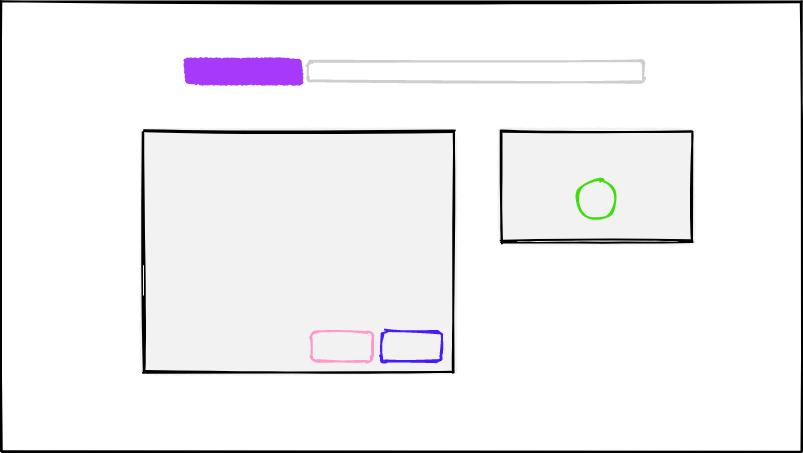
The draw.io diagram src/landingPage/assets/images/verify.png in TeSC-app/TeSC-Frontend-New, before a commit. Source tidied: cells renumbered, new cells last; positions are measured from the earlier drawing's top-left corner, leaving out a move shared by most shapes. Source of this version:
```xml
<mxGraphModel>
  <root>
    <mxCell id="0" />
    <mxCell id="1" parent="0" />
    <mxCell id="2" style="endArrow=none;html=1;sketch=1;strokeWidth=2;" parent="1" edge="1">
      <mxGeometry relative="1" as="geometry">
        <mxPoint as="sourcePoint" />
        <mxPoint x="800" as="targetPoint" />
      </mxGeometry>
    </mxCell>
    <mxCell id="3" style="endArrow=none;html=1;sketch=1;strokeWidth=2;" parent="1" edge="1">
      <mxGeometry relative="1" as="geometry">
        <mxPoint as="sourcePoint" />
        <mxPoint y="450" as="targetPoint" />
      </mxGeometry>
    </mxCell>
    <mxCell id="4" style="endArrow=none;html=1;sketch=1;strokeWidth=2;" parent="1" edge="1">
      <mxGeometry relative="1" as="geometry">
        <mxPoint y="450" as="sourcePoint" />
        <mxPoint x="800" y="450" as="targetPoint" />
      </mxGeometry>
    </mxCell>
    <mxCell id="5" style="endArrow=none;html=1;sketch=1;strokeWidth=2;" parent="1" edge="1">
      <mxGeometry relative="1" as="geometry">
        <mxPoint x="800" as="sourcePoint" />
        <mxPoint x="800" y="450" as="targetPoint" />
      </mxGeometry>
    </mxCell>
    <mxCell id="6" style="whiteSpace=wrap;html=1;strokeWidth=2;fillWeight=4;hachureGap=0;hachureAngle=45;fillColor=#F2F2F2;sketch=1;rotation=-180;" parent="1" vertex="1">
      <mxGeometry x="142" y="130" width="310" height="240" as="geometry" />
    </mxCell>
    <mxCell id="7" style="rounded=1;whiteSpace=wrap;html=1;strokeWidth=2;fillWeight=4;hachureGap=0;hachureAngle=45;sketch=1;rotation=-180;strokeColor=#4719FD;fillColor=#F2F2F2;" parent="1" vertex="1">
      <mxGeometry x="380" y="330" width="60" height="30" as="geometry" />
    </mxCell>
    <mxCell id="8" style="rounded=1;whiteSpace=wrap;html=1;strokeWidth=2;fillWeight=4;hachureGap=0;hachureAngle=45;sketch=1;rotation=-180;strokeColor=#CECECE;" parent="1" vertex="1">
      <mxGeometry x="306" y="60" width="336" height="20" as="geometry" />
    </mxCell>
    <mxCell id="9" style="whiteSpace=wrap;html=1;strokeWidth=2;fillWeight=4;hachureGap=0;hachureAngle=45;fillColor=#A739FA;sketch=1;strokeColor=#A739FA;" parent="1" vertex="1">
      <mxGeometry x="186" y="60" width="112" height="20" as="geometry" />
    </mxCell>
    <mxCell id="10" style="whiteSpace=wrap;html=1;strokeWidth=2;fillWeight=4;hachureGap=0;hachureAngle=45;fillColor=#F2F2F2;sketch=1;rotation=-180;" parent="1" vertex="1">
      <mxGeometry x="500" y="130" width="190" height="110" as="geometry" />
    </mxCell>
    <mxCell id="11" style="verticalLabelPosition=bottom;verticalAlign=top;html=1;shape=mxgraph.flowchart.on-page_reference;sketch=1;strokeWidth=2;strokeColor=#3DDE0C;hachureGap=1;fillColor=#F2F2F2;" parent="1" vertex="1">
      <mxGeometry x="575" y="178" width="40" height="40" as="geometry" />
    </mxCell>
    <mxCell id="12" style="rounded=1;whiteSpace=wrap;html=1;strokeWidth=2;fillWeight=4;hachureGap=0;hachureAngle=45;sketch=1;rotation=-180;strokeColor=#FF99CC;fillColor=#F2F2F2;" parent="1" vertex="1">
      <mxGeometry x="310" y="330" width="60" height="30" as="geometry" />
    </mxCell>
  </root>
</mxGraphModel>
```
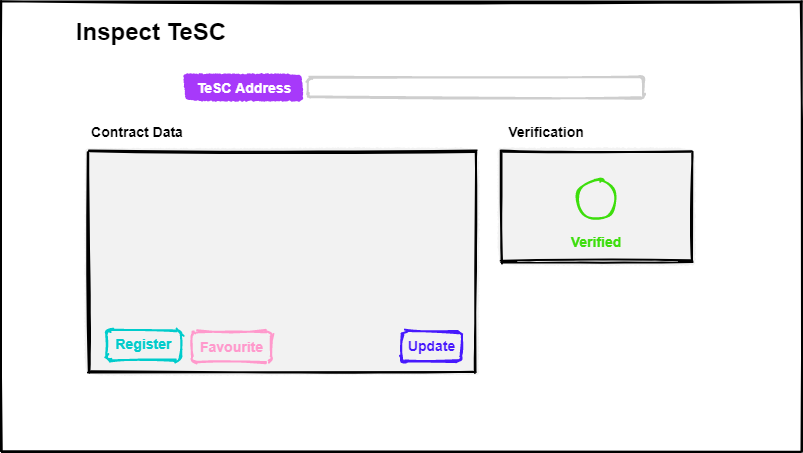
After the commit.

The edit, as a diff of the source:
```diff
@@ -27,25 +27,52 @@
       </mxGeometry>
     </mxCell>
     <mxCell id="6" style="whiteSpace=wrap;html=1;strokeWidth=2;fillWeight=4;hachureGap=0;hachureAngle=45;fillColor=#F2F2F2;sketch=1;rotation=-180;" parent="1" vertex="1">
-      <mxGeometry x="142" y="130" width="310" height="240" as="geometry" />
+      <mxGeometry x="87" y="150" width="387" height="220" as="geometry" />
     </mxCell>
     <mxCell id="7" style="rounded=1;whiteSpace=wrap;html=1;strokeWidth=2;fillWeight=4;hachureGap=0;hachureAngle=45;sketch=1;rotation=-180;strokeColor=#4719FD;fillColor=#F2F2F2;" parent="1" vertex="1">
-      <mxGeometry x="380" y="330" width="60" height="30" as="geometry" />
+      <mxGeometry x="400" y="330" width="60" height="30" as="geometry" />
     </mxCell>
     <mxCell id="8" style="rounded=1;whiteSpace=wrap;html=1;strokeWidth=2;fillWeight=4;hachureGap=0;hachureAngle=45;sketch=1;rotation=-180;strokeColor=#CECECE;" parent="1" vertex="1">
-      <mxGeometry x="306" y="60" width="336" height="20" as="geometry" />
+      <mxGeometry x="306" y="76" width="336" height="20" as="geometry" />
     </mxCell>
     <mxCell id="9" style="whiteSpace=wrap;html=1;strokeWidth=2;fillWeight=4;hachureGap=0;hachureAngle=45;fillColor=#A739FA;sketch=1;strokeColor=#A739FA;" parent="1" vertex="1">
-      <mxGeometry x="186" y="60" width="112" height="20" as="geometry" />
+      <mxGeometry x="186" y="76" width="112" height="20" as="geometry" />
     </mxCell>
     <mxCell id="10" style="whiteSpace=wrap;html=1;strokeWidth=2;fillWeight=4;hachureGap=0;hachureAngle=45;fillColor=#F2F2F2;sketch=1;rotation=-180;" parent="1" vertex="1">
-      <mxGeometry x="500" y="130" width="190" height="110" as="geometry" />
+      <mxGeometry x="500" y="150" width="190" height="110" as="geometry" />
     </mxCell>
     <mxCell id="11" style="verticalLabelPosition=bottom;verticalAlign=top;html=1;shape=mxgraph.flowchart.on-page_reference;sketch=1;strokeWidth=2;strokeColor=#3DDE0C;hachureGap=1;fillColor=#F2F2F2;" parent="1" vertex="1">
       <mxGeometry x="575" y="178" width="40" height="40" as="geometry" />
     </mxCell>
     <mxCell id="12" style="rounded=1;whiteSpace=wrap;html=1;strokeWidth=2;fillWeight=4;hachureGap=0;hachureAngle=45;sketch=1;rotation=-180;strokeColor=#FF99CC;fillColor=#F2F2F2;" parent="1" vertex="1">
-      <mxGeometry x="310" y="330" width="60" height="30" as="geometry" />
+      <mxGeometry x="190" y="330" width="80" height="30" as="geometry" />
     </mxCell>
+    <mxCell id="13" value="&lt;font style=&quot;font-size: 24px&quot;&gt;&lt;b&gt;Inspect TeSC&lt;/b&gt;&lt;/font&gt;" style="text;html=1;strokeColor=none;fillColor=none;align=center;verticalAlign=middle;whiteSpace=wrap;rounded=0;" parent="1" vertex="1">
+      <mxGeometry x="70" y="20" width="160" height="20" as="geometry" />
+    </mxCell>
+    <mxCell id="14" value="&lt;font style=&quot;font-size: 14px&quot; color=&quot;#ffffff&quot;&gt;&lt;b&gt;TeSC Address&lt;/b&gt;&lt;/font&gt;" style="text;html=1;strokeColor=none;fillColor=none;align=center;verticalAlign=middle;whiteSpace=wrap;rounded=0;" parent="1" vertex="1">
+      <mxGeometry x="193" y="76" width="100" height="20" as="geometry" />
+    </mxCell>
+    <mxCell id="15" value="&lt;font style=&quot;font-size: 14px&quot;&gt;&lt;b&gt;Contract Data&lt;/b&gt;&lt;/font&gt;" style="text;html=1;strokeColor=none;fillColor=none;align=center;verticalAlign=middle;whiteSpace=wrap;rounded=0;" parent="1" vertex="1">
+      <mxGeometry x="86" y="120" width="100" height="20" as="geometry" />
+    </mxCell>
+    <mxCell id="16" value="&lt;font style=&quot;font-size: 14px&quot;&gt;&lt;b&gt;Verification&lt;/b&gt;&lt;/font&gt;" style="text;html=1;strokeColor=none;fillColor=none;align=center;verticalAlign=middle;whiteSpace=wrap;rounded=0;" parent="1" vertex="1">
+      <mxGeometry x="500" y="120" width="90" height="20" as="geometry" />
+    </mxCell>
+    <mxCell id="17" value="&lt;font style=&quot;font-size: 14px&quot; color=&quot;#3dde0c&quot;&gt;&lt;b&gt;Verified&lt;/b&gt;&lt;/font&gt;" style="text;html=1;strokeColor=none;fillColor=none;align=center;verticalAlign=middle;whiteSpace=wrap;rounded=0;" parent="1" vertex="1">
+      <mxGeometry x="545" y="230" width="100" height="20" as="geometry" />
+    </mxCell>
+    <mxCell id="18" value="&lt;font style=&quot;font-size: 14px&quot; color=&quot;#4719fd&quot;&gt;&lt;b&gt;Update&lt;/b&gt;&lt;/font&gt;" style="text;html=1;strokeColor=none;fillColor=none;align=center;verticalAlign=middle;whiteSpace=wrap;rounded=0;" parent="1" vertex="1">
+      <mxGeometry x="398" y="334" width="65" height="20" as="geometry" />
+    </mxCell>
+    <mxCell id="19" style="rounded=1;whiteSpace=wrap;html=1;strokeWidth=2;fillWeight=4;hachureGap=0;hachureAngle=45;sketch=1;rotation=-180;strokeColor=#00CCCC;fillColor=#F2F2F2;" parent="1" vertex="1">
+      <mxGeometry x="105" y="329" width="75" height="30" as="geometry" />
+    </mxCell>
+    <mxCell id="20" value="&lt;font style=&quot;font-size: 14px&quot; color=&quot;#00cccc&quot;&gt;&lt;b&gt;Register&lt;/b&gt;&lt;/font&gt;" style="text;html=1;strokeColor=none;fillColor=none;align=center;verticalAlign=middle;whiteSpace=wrap;rounded=0;" parent="1" vertex="1">
+      <mxGeometry x="110" y="332" width="65" height="20" as="geometry" />
+    </mxCell>
+    <mxCell id="21" value="&lt;font style=&quot;font-size: 14px&quot; color=&quot;#ff99cc&quot;&gt;&lt;b&gt;Favourite&lt;/b&gt;&lt;/font&gt;" style="text;html=1;strokeColor=none;fillColor=none;align=center;verticalAlign=middle;whiteSpace=wrap;rounded=0;" parent="1" vertex="1">
+      <mxGeometry x="198" y="335" width="65" height="20" as="geometry" />
+    </mxCell>
   </root>
 </mxGraphModel>
```
